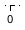
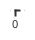
@startuml
- !theme plain
<style>
timingDiagram {
  timegrid {
    LineColor transparent
    LineThickness 0
  }
}
</style>
' Generated from Unity Timeline: /home/i/GitHub/vex-timeline-smith/tests/Vex.TimelineSmith.Tests/Fixtures/Playables/06_Activation.playable
' fps=60  duration=0f  clips=0  px/frame=4
manual time-axis
scale 1 as 4 pixels

' (no clips)
@enduml

- '
+ ' ===VEX_PLAYABLE_BYTES_V1===
+ ' sha256:689215e946399d040fdf22a583834a55b062bfb53729d1ee4e12c1431dd8f2e2
+ ' JVlBTUwgMS4xCiVUQUcgIXUhIHRhZzp1bml0eTNkLmNvbSwyMDExOgotLS0gIXUhMTE0ICYxMTQw
+ ' MDAwMApNb25vQmVoYXZpb3VyOgogIG1fT2JqZWN0SGlkZUZsYWdzOiAwCiAgbV9Db3JyZXNwb25k
+ ' aW5nU291cmNlT2JqZWN0OiB7ZmlsZUlEOiAwfQogIG1fUHJlZmFiSW5zdGFuY2U6IHtmaWxlSUQ6
+ ' IDB9CiAgbV9QcmVmYWJBc3NldDoge2ZpbGVJRDogMH0KICBtX0dhbWVPYmplY3Q6IHtmaWxlSUQ6
+ ' IDB9CiAgbV9FbmFibGVkOiAxCiAgbV9FZGl0b3JIaWRlRmxhZ3M6IDAKICBtX1NjcmlwdDoge2Zp
+ ' bGVJRDogMTE1MDAwMDAsIGd1aWQ6IGJmZGE1NmRhODMzZTIzODRhOTY3N2NkM2M5NzZhNDM2LCB0
+ ' eXBlOiAzfQogIG1fTmFtZTogQWN0aXZhdGlvbgogIG1fRWRpdG9yQ2xhc3NJZGVudGlmaWVyOiBV
+ ' bml0eS5UaW1lbGluZTo6VW5pdHlFbmdpbmUuVGltZWxpbmUuVGltZWxpbmVBc3NldAogIG1fVmVy
+ ' c2lvbjogMAogIG1fVHJhY2tzOiBbXQogIG1fRml4ZWREdXJhdGlvbjogMAogIG1fRWRpdG9yU2V0
+ ' dGluZ3M6CiAgICBtX0ZyYW1lcmF0ZTogNjAKICAgIG1fU2NlbmVQcmV2aWV3OiAxCiAgbV9EdXJh
+ ' dGlvbk1vZGU6IDAKICBtX01hcmtlclRyYWNrOiB7ZmlsZUlEOiAwfQo=
+ ' ===END_VEX_PLAYABLE_BYTES_V1===
